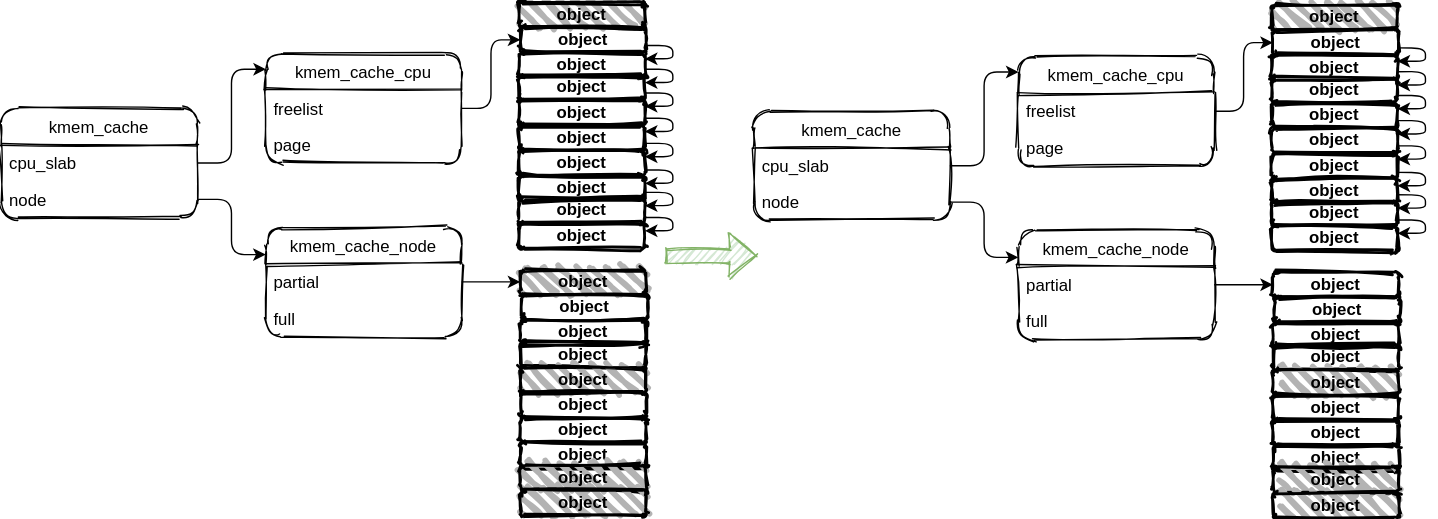
Before: linux-2.x/slub/pic/free_node_partial_no_idle.svg, a diagram exported from draw.io (vernon2gh/note). Source tidied: cells renumbered, new cells last; positions are measured from the earlier drawing's top-left corner, leaving out a move shared by most shapes.
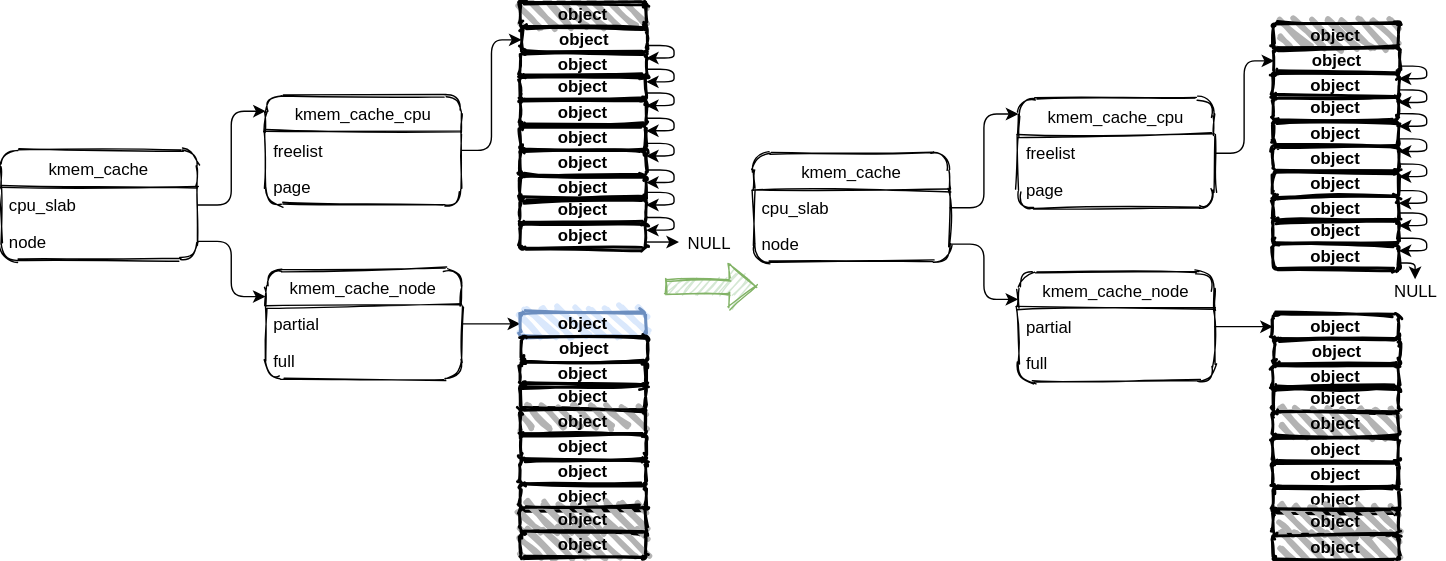
The same diagram one commit later.

Commit message:
Fixed: slub alloc object

Change to the diagram source:
```diff
@@ -41,30 +41,33 @@
     <mxCell id="14" value="&lt;b&gt;object&lt;/b&gt;" style="rounded=1;whiteSpace=wrap;html=1;strokeWidth=2;fillWeight=4;hachureGap=8;hachureAngle=45;sketch=1;glass=0;shadow=0;fillColor=#B3B3B3;" parent="1" vertex="1">
-      <mxGeometry x="370" width="90" height="18" as="geometry" />
+      <mxGeometry x="371" y="-30" width="90" height="18" as="geometry" />
     </mxCell>
     <mxCell id="15" value="&lt;b&gt;object&lt;/b&gt;" style="rounded=1;whiteSpace=wrap;html=1;strokeWidth=2;fillWeight=4;hachureGap=8;hachureAngle=45;sketch=1;glass=0;shadow=0;fillStyle=auto;fillColor=none;" parent="1" vertex="1">
-      <mxGeometry x="371" y="18" width="90" height="18" as="geometry" />
+      <mxGeometry x="372" y="-12" width="90" height="18" as="geometry" />
     </mxCell>
     <mxCell id="16" value="&lt;span&gt;&lt;b&gt;object&lt;/b&gt;&lt;/span&gt;" style="rounded=1;whiteSpace=wrap;html=1;strokeWidth=2;fillWeight=4;hachureGap=8;hachureAngle=45;sketch=1;glass=0;shadow=0;verticalAlign=middle;fillColor=none;" parent="1" vertex="1">
-      <mxGeometry x="370" y="36" width="90" height="18" as="geometry" />
+      <mxGeometry x="371" y="6" width="90" height="18" as="geometry" />
     </mxCell>
     <mxCell id="17" value="&lt;span&gt;&lt;b&gt;object&lt;/b&gt;&lt;/span&gt;" style="rounded=1;whiteSpace=wrap;html=1;strokeWidth=2;fillWeight=4;hachureGap=8;hachureAngle=45;sketch=1;glass=0;shadow=0;fillColor=none;" parent="1" vertex="1">
-      <mxGeometry x="370" y="52" width="90" height="18" as="geometry" />
+      <mxGeometry x="371" y="22" width="90" height="18" as="geometry" />
     </mxCell>
     <mxCell id="18" value="&lt;span&gt;&lt;b&gt;object&lt;/b&gt;&lt;/span&gt;" style="rounded=1;whiteSpace=wrap;html=1;strokeWidth=2;fillWeight=4;hachureGap=8;hachureAngle=45;sketch=1;glass=0;shadow=0;fillColor=none;" parent="1" vertex="1">
-      <mxGeometry x="370" y="70" width="90" height="18" as="geometry" />
+      <mxGeometry x="371" y="40" width="90" height="18" as="geometry" />
     </mxCell>
     <mxCell id="19" value="&lt;span&gt;&lt;b&gt;object&lt;/b&gt;&lt;/span&gt;" style="rounded=1;whiteSpace=wrap;html=1;strokeWidth=2;fillWeight=4;hachureGap=8;hachureAngle=45;sketch=1;glass=0;shadow=0;fillColor=none;" parent="1" vertex="1">
-      <mxGeometry x="370" y="88" width="90" height="18" as="geometry" />
+      <mxGeometry x="371" y="58" width="90" height="18" as="geometry" />
     </mxCell>
     <mxCell id="20" value="&lt;span&gt;&lt;b&gt;object&lt;/b&gt;&lt;/span&gt;" style="rounded=1;whiteSpace=wrap;html=1;strokeWidth=2;fillWeight=4;hachureGap=8;hachureAngle=45;sketch=1;glass=0;shadow=0;fillColor=none;" parent="1" vertex="1">
-      <mxGeometry x="370" y="106" width="90" height="18" as="geometry" />
+      <mxGeometry x="371" y="76" width="90" height="18" as="geometry" />
     </mxCell>
     <mxCell id="21" value="&lt;span&gt;&lt;b&gt;object&lt;/b&gt;&lt;/span&gt;" style="rounded=1;whiteSpace=wrap;html=1;strokeWidth=2;fillWeight=4;hachureGap=8;hachureAngle=45;sketch=1;glass=0;shadow=0;fillColor=none;" parent="1" vertex="1">
-      <mxGeometry x="370" y="124" width="90" height="18" as="geometry" />
+      <mxGeometry x="371" y="94" width="90" height="18" as="geometry" />
     </mxCell>
     <mxCell id="22" value="&lt;span&gt;&lt;b&gt;object&lt;/b&gt;&lt;/span&gt;" style="rounded=1;whiteSpace=wrap;html=1;strokeWidth=2;fillWeight=4;hachureGap=8;hachureAngle=45;sketch=1;glass=0;shadow=0;fillColor=none;" parent="1" vertex="1">
-      <mxGeometry x="370" y="140" width="90" height="18" as="geometry" />
+      <mxGeometry x="371" y="110" width="90" height="18" as="geometry" />
     </mxCell>
+    <mxCell id="85" style="edgeStyle=orthogonalEdgeStyle;rounded=1;jettySize=auto;html=1;exitX=1;exitY=0.75;exitDx=0;exitDy=0;entryX=-0.013;entryY=0.488;entryDx=0;entryDy=0;entryPerimeter=0;" parent="1" edge="1" source="23" target="87">
+      <mxGeometry relative="1" as="geometry" />
+    </mxCell>
     <mxCell id="23" value="&lt;span&gt;&lt;b&gt;object&lt;/b&gt;&lt;/span&gt;" style="rounded=1;whiteSpace=wrap;html=1;strokeWidth=2;fillWeight=4;hachureGap=8;hachureAngle=45;sketch=1;glass=0;shadow=0;fillColor=none;" parent="1" vertex="1">
-      <mxGeometry x="370" y="158" width="90" height="18" as="geometry" />
+      <mxGeometry x="371" y="128" width="90" height="18" as="geometry" />
     </mxCell>
@@ -73,3 +76,3 @@
     </mxCell>
-    <mxCell id="25" value="&lt;b&gt;object&lt;/b&gt;" style="rounded=1;whiteSpace=wrap;html=1;strokeWidth=2;fillWeight=4;hachureGap=8;hachureAngle=45;sketch=1;glass=0;shadow=0;fillColor=#B3B3B3;" parent="1" vertex="1">
+    <mxCell id="25" value="&lt;b&gt;object&lt;/b&gt;" style="rounded=1;whiteSpace=wrap;html=1;strokeWidth=2;fillWeight=4;hachureGap=8;hachureAngle=45;sketch=1;glass=0;shadow=0;fillColor=#dae8fc;strokeColor=#6c8ebf;" parent="1" vertex="1">
       <mxGeometry x="371" y="191" width="90" height="18" as="geometry" />
@@ -140,30 +143,33 @@
     <mxCell id="47" value="&lt;b&gt;object&lt;/b&gt;" style="rounded=1;whiteSpace=wrap;html=1;strokeWidth=2;fillWeight=4;hachureGap=8;hachureAngle=45;sketch=1;glass=0;shadow=0;fillColor=#B3B3B3;" parent="1" vertex="1">
-      <mxGeometry x="908" y="2" width="90" height="18" as="geometry" />
+      <mxGeometry x="909" y="-15" width="90" height="18" as="geometry" />
     </mxCell>
     <mxCell id="48" value="&lt;b&gt;object&lt;/b&gt;" style="rounded=1;whiteSpace=wrap;html=1;strokeWidth=2;fillWeight=4;hachureGap=8;hachureAngle=45;sketch=1;glass=0;shadow=0;fillStyle=auto;fillColor=none;" parent="1" vertex="1">
-      <mxGeometry x="909" y="20" width="90" height="18" as="geometry" />
+      <mxGeometry x="910" y="3" width="90" height="18" as="geometry" />
     </mxCell>
     <mxCell id="49" value="&lt;span&gt;&lt;b&gt;object&lt;/b&gt;&lt;/span&gt;" style="rounded=1;whiteSpace=wrap;html=1;strokeWidth=2;fillWeight=4;hachureGap=8;hachureAngle=45;sketch=1;glass=0;shadow=0;verticalAlign=middle;fillColor=none;" parent="1" vertex="1">
-      <mxGeometry x="908" y="38" width="90" height="18" as="geometry" />
+      <mxGeometry x="909" y="21" width="90" height="18" as="geometry" />
     </mxCell>
     <mxCell id="50" value="&lt;span&gt;&lt;b&gt;object&lt;/b&gt;&lt;/span&gt;" style="rounded=1;whiteSpace=wrap;html=1;strokeWidth=2;fillWeight=4;hachureGap=8;hachureAngle=45;sketch=1;glass=0;shadow=0;fillColor=none;" parent="1" vertex="1">
-      <mxGeometry x="908" y="54" width="90" height="18" as="geometry" />
+      <mxGeometry x="909" y="37" width="90" height="18" as="geometry" />
     </mxCell>
     <mxCell id="51" value="&lt;span&gt;&lt;b&gt;object&lt;/b&gt;&lt;/span&gt;" style="rounded=1;whiteSpace=wrap;html=1;strokeWidth=2;fillWeight=4;hachureGap=8;hachureAngle=45;sketch=1;glass=0;shadow=0;fillColor=none;" parent="1" vertex="1">
-      <mxGeometry x="908" y="72" width="90" height="18" as="geometry" />
+      <mxGeometry x="909" y="55" width="90" height="18" as="geometry" />
     </mxCell>
     <mxCell id="52" value="&lt;span&gt;&lt;b&gt;object&lt;/b&gt;&lt;/span&gt;" style="rounded=1;whiteSpace=wrap;html=1;strokeWidth=2;fillWeight=4;hachureGap=8;hachureAngle=45;sketch=1;glass=0;shadow=0;fillColor=none;" parent="1" vertex="1">
-      <mxGeometry x="908" y="90" width="90" height="18" as="geometry" />
+      <mxGeometry x="909" y="73" width="90" height="18" as="geometry" />
     </mxCell>
     <mxCell id="53" value="&lt;span&gt;&lt;b&gt;object&lt;/b&gt;&lt;/span&gt;" style="rounded=1;whiteSpace=wrap;html=1;strokeWidth=2;fillWeight=4;hachureGap=8;hachureAngle=45;sketch=1;glass=0;shadow=0;fillColor=none;" parent="1" vertex="1">
-      <mxGeometry x="908" y="108" width="90" height="18" as="geometry" />
+      <mxGeometry x="909" y="91" width="90" height="18" as="geometry" />
     </mxCell>
     <mxCell id="54" value="&lt;span&gt;&lt;b&gt;object&lt;/b&gt;&lt;/span&gt;" style="rounded=1;whiteSpace=wrap;html=1;strokeWidth=2;fillWeight=4;hachureGap=8;hachureAngle=45;sketch=1;glass=0;shadow=0;fillColor=none;" parent="1" vertex="1">
-      <mxGeometry x="908" y="126" width="90" height="18" as="geometry" />
+      <mxGeometry x="909" y="109" width="90" height="18" as="geometry" />
     </mxCell>
     <mxCell id="55" value="&lt;span&gt;&lt;b&gt;object&lt;/b&gt;&lt;/span&gt;" style="rounded=1;whiteSpace=wrap;html=1;strokeWidth=2;fillWeight=4;hachureGap=8;hachureAngle=45;sketch=1;glass=0;shadow=0;fillColor=none;" parent="1" vertex="1">
-      <mxGeometry x="908" y="142" width="90" height="18" as="geometry" />
+      <mxGeometry x="909" y="125" width="90" height="18" as="geometry" />
     </mxCell>
+    <mxCell id="86" style="edgeStyle=orthogonalEdgeStyle;rounded=1;jettySize=auto;html=1;exitX=1;exitY=0.75;exitDx=0;exitDy=0;entryX=0.493;entryY=0.054;entryDx=0;entryDy=0;entryPerimeter=0;" parent="1" edge="1" source="56" target="88">
+      <mxGeometry relative="1" as="geometry" />
+    </mxCell>
     <mxCell id="56" value="&lt;span&gt;&lt;b&gt;object&lt;/b&gt;&lt;/span&gt;" style="rounded=1;whiteSpace=wrap;html=1;strokeWidth=2;fillWeight=4;hachureGap=8;hachureAngle=45;sketch=1;glass=0;shadow=0;fillColor=none;" parent="1" vertex="1">
-      <mxGeometry x="908" y="160" width="90" height="18" as="geometry" />
+      <mxGeometry x="909" y="143" width="90" height="18" as="geometry" />
     </mxCell>
@@ -204,4 +210,4 @@
       <mxGeometry relative="1" as="geometry">
-        <mxPoint x="475" y="181" as="sourcePoint" />
-        <mxPoint x="540" y="181" as="targetPoint" />
+        <mxPoint x="475" y="173" as="sourcePoint" />
+        <mxPoint x="540" y="173" as="targetPoint" />
       </mxGeometry>
@@ -210,8 +216,8 @@
       <mxGeometry relative="1" as="geometry">
-        <mxPoint x="460" y="31" as="sourcePoint" />
-        <mxPoint x="460" y="40" as="targetPoint" />
+        <mxPoint x="461" y="1" as="sourcePoint" />
+        <mxPoint x="461" y="10" as="targetPoint" />
         <Array as="points">
-          <mxPoint x="480" y="31.5" />
-          <mxPoint x="480" y="40.5" />
-          <mxPoint x="460" y="40.5" />
+          <mxPoint x="481" y="1.5" />
+          <mxPoint x="481" y="10.5" />
+          <mxPoint x="461" y="10.5" />
         </Array>
@@ -221,8 +227,8 @@
       <mxGeometry relative="1" as="geometry">
-        <mxPoint x="460" y="48" as="sourcePoint" />
-        <mxPoint x="460" y="57" as="targetPoint" />
+        <mxPoint x="461" y="18" as="sourcePoint" />
+        <mxPoint x="461" y="27" as="targetPoint" />
         <Array as="points">
-          <mxPoint x="480" y="48.5" />
-          <mxPoint x="480" y="57.5" />
-          <mxPoint x="460" y="57.5" />
+          <mxPoint x="481" y="18.5" />
+          <mxPoint x="481" y="27.5" />
+          <mxPoint x="461" y="27.5" />
         </Array>
@@ -232,8 +238,8 @@
       <mxGeometry relative="1" as="geometry">
-        <mxPoint x="460" y="65" as="sourcePoint" />
-        <mxPoint x="460" y="74" as="targetPoint" />
+        <mxPoint x="461" y="35" as="sourcePoint" />
+        <mxPoint x="461" y="44" as="targetPoint" />
         <Array as="points">
-          <mxPoint x="480" y="65.5" />
-          <mxPoint x="480" y="74.5" />
-          <mxPoint x="460" y="74.5" />
+          <mxPoint x="481" y="35.5" />
+          <mxPoint x="481" y="44.5" />
+          <mxPoint x="461" y="44.5" />
         </Array>
@@ -243,8 +249,8 @@
       <mxGeometry relative="1" as="geometry">
-        <mxPoint x="460" y="83" as="sourcePoint" />
-        <mxPoint x="460" y="92" as="targetPoint" />
+        <mxPoint x="461" y="53" as="sourcePoint" />
+        <mxPoint x="461" y="62" as="targetPoint" />
         <Array as="points">
-          <mxPoint x="480" y="83.5" />
-          <mxPoint x="480" y="92.5" />
-          <mxPoint x="460" y="92.5" />
+          <mxPoint x="481" y="53.5" />
+          <mxPoint x="481" y="62.5" />
+          <mxPoint x="461" y="62.5" />
         </Array>
@@ -254,8 +260,8 @@
       <mxGeometry relative="1" as="geometry">
-        <mxPoint x="460" y="101" as="sourcePoint" />
-        <mxPoint x="460" y="110" as="targetPoint" />
+        <mxPoint x="461" y="71" as="sourcePoint" />
+        <mxPoint x="461" y="80" as="targetPoint" />
         <Array as="points">
-          <mxPoint x="480" y="101.5" />
-          <mxPoint x="480" y="110.5" />
-          <mxPoint x="460" y="110.5" />
+          <mxPoint x="481" y="71.5" />
+          <mxPoint x="481" y="80.5" />
+          <mxPoint x="461" y="80.5" />
         </Array>
@@ -265,8 +271,8 @@
       <mxGeometry relative="1" as="geometry">
-        <mxPoint x="460" y="120" as="sourcePoint" />
-        <mxPoint x="460" y="129" as="targetPoint" />
+        <mxPoint x="461" y="90" as="sourcePoint" />
+        <mxPoint x="461" y="99" as="targetPoint" />
         <Array as="points">
-          <mxPoint x="480" y="120.5" />
-          <mxPoint x="480" y="129.5" />
-          <mxPoint x="460" y="129.5" />
+          <mxPoint x="481" y="90.5" />
+          <mxPoint x="481" y="99.5" />
+          <mxPoint x="461" y="99.5" />
         </Array>
@@ -276,8 +282,8 @@
       <mxGeometry relative="1" as="geometry">
-        <mxPoint x="460" y="136" as="sourcePoint" />
-        <mxPoint x="460" y="145" as="targetPoint" />
+        <mxPoint x="461" y="106" as="sourcePoint" />
+        <mxPoint x="461" y="115" as="targetPoint" />
         <Array as="points">
-          <mxPoint x="480" y="136.5" />
-          <mxPoint x="480" y="145.5" />
-          <mxPoint x="460" y="145.5" />
+          <mxPoint x="481" y="106.5" />
+          <mxPoint x="481" y="115.5" />
+          <mxPoint x="461" y="115.5" />
         </Array>
@@ -287,8 +293,8 @@
       <mxGeometry relative="1" as="geometry">
-        <mxPoint x="460" y="154" as="sourcePoint" />
-        <mxPoint x="460" y="163" as="targetPoint" />
+        <mxPoint x="461" y="124" as="sourcePoint" />
+        <mxPoint x="461" y="133" as="targetPoint" />
         <Array as="points">
-          <mxPoint x="480" y="154.5" />
-          <mxPoint x="480" y="163.5" />
-          <mxPoint x="460" y="163.5" />
+          <mxPoint x="481" y="124.5" />
+          <mxPoint x="481" y="133.5" />
+          <mxPoint x="461" y="133.5" />
         </Array>
@@ -298,8 +304,8 @@
       <mxGeometry relative="1" as="geometry">
-        <mxPoint x="998" y="32.8" as="sourcePoint" />
-        <mxPoint x="998" y="41.8" as="targetPoint" />
+        <mxPoint x="999" y="15.8" as="sourcePoint" />
+        <mxPoint x="999" y="24.8" as="targetPoint" />
         <Array as="points">
-          <mxPoint x="1018" y="33.2" />
-          <mxPoint x="1018" y="42.2" />
-          <mxPoint x="998" y="42.2" />
+          <mxPoint x="1019" y="16.2" />
+          <mxPoint x="1019" y="25.2" />
+          <mxPoint x="999" y="25.2" />
         </Array>
@@ -309,8 +315,8 @@
       <mxGeometry relative="1" as="geometry">
-        <mxPoint x="998" y="49.8" as="sourcePoint" />
-        <mxPoint x="998" y="58.8" as="targetPoint" />
+        <mxPoint x="999" y="32.8" as="sourcePoint" />
+        <mxPoint x="999" y="41.8" as="targetPoint" />
         <Array as="points">
-          <mxPoint x="1018" y="50.2" />
-          <mxPoint x="1018" y="59.2" />
-          <mxPoint x="998" y="59.2" />
+          <mxPoint x="1019" y="33.2" />
+          <mxPoint x="1019" y="42.2" />
+          <mxPoint x="999" y="42.2" />
         </Array>
@@ -320,8 +326,8 @@
       <mxGeometry relative="1" as="geometry">
-        <mxPoint x="998" y="66.8" as="sourcePoint" />
-        <mxPoint x="998" y="75.8" as="targetPoint" />
+        <mxPoint x="999" y="49.8" as="sourcePoint" />
+        <mxPoint x="999" y="58.8" as="targetPoint" />
         <Array as="points">
-          <mxPoint x="1018" y="67.2" />
-          <mxPoint x="1018" y="76.2" />
-          <mxPoint x="998" y="76.2" />
+          <mxPoint x="1019" y="50.2" />
+          <mxPoint x="1019" y="59.2" />
+          <mxPoint x="999" y="59.2" />
         </Array>
@@ -331,8 +337,8 @@
       <mxGeometry relative="1" as="geometry">
-        <mxPoint x="998" y="84.8" as="sourcePoint" />
-        <mxPoint x="998" y="93.8" as="targetPoint" />
+        <mxPoint x="999" y="67.8" as="sourcePoint" />
+        <mxPoint x="999" y="76.8" as="targetPoint" />
         <Array as="points">
-          <mxPoint x="1018" y="85.2" />
-          <mxPoint x="1018" y="94.2" />
-          <mxPoint x="998" y="94.2" />
+          <mxPoint x="1019" y="68.2" />
+          <mxPoint x="1019" y="77.2" />
+          <mxPoint x="999" y="77.2" />
         </Array>
@@ -342,8 +348,8 @@
       <mxGeometry relative="1" as="geometry">
-        <mxPoint x="998" y="102.7" as="sourcePoint" />
-        <mxPoint x="998" y="111.8" as="targetPoint" />
+        <mxPoint x="999" y="85.7" as="sourcePoint" />
+        <mxPoint x="999" y="94.8" as="targetPoint" />
         <Array as="points">
-          <mxPoint x="1018" y="103.2" />
-          <mxPoint x="1018" y="112.2" />
-          <mxPoint x="998" y="112.2" />
+          <mxPoint x="1019" y="86.2" />
+          <mxPoint x="1019" y="95.2" />
+          <mxPoint x="999" y="95.2" />
         </Array>
@@ -353,8 +359,8 @@
       <mxGeometry relative="1" as="geometry">
-        <mxPoint x="998" y="121.7" as="sourcePoint" />
-        <mxPoint x="998" y="130.8" as="targetPoint" />
+        <mxPoint x="999" y="104.7" as="sourcePoint" />
+        <mxPoint x="999" y="113.8" as="targetPoint" />
         <Array as="points">
-          <mxPoint x="1018" y="122.2" />
-          <mxPoint x="1018" y="131.2" />
-          <mxPoint x="998" y="131.2" />
+          <mxPoint x="1019" y="105.2" />
+          <mxPoint x="1019" y="114.2" />
+          <mxPoint x="999" y="114.2" />
         </Array>
@@ -364,8 +370,8 @@
       <mxGeometry relative="1" as="geometry">
-        <mxPoint x="998" y="137.7" as="sourcePoint" />
-        <mxPoint x="998" y="146.8" as="targetPoint" />
+        <mxPoint x="999" y="120.7" as="sourcePoint" />
+        <mxPoint x="999" y="129.8" as="targetPoint" />
         <Array as="points">
-          <mxPoint x="1018" y="138.2" />
-          <mxPoint x="1018" y="147.2" />
-          <mxPoint x="998" y="147.2" />
+          <mxPoint x="1019" y="121.2" />
+          <mxPoint x="1019" y="130.2" />
+          <mxPoint x="999" y="130.2" />
         </Array>
@@ -375,8 +381,8 @@
       <mxGeometry relative="1" as="geometry">
-        <mxPoint x="998" y="155.7" as="sourcePoint" />
-        <mxPoint x="998" y="164.8" as="targetPoint" />
+        <mxPoint x="999" y="138.7" as="sourcePoint" />
+        <mxPoint x="999" y="147.8" as="targetPoint" />
         <Array as="points">
-          <mxPoint x="1018" y="156.2" />
-          <mxPoint x="1018" y="165.2" />
-          <mxPoint x="998" y="165.2" />
+          <mxPoint x="1019" y="139.2" />
+          <mxPoint x="1019" y="148.2" />
+          <mxPoint x="999" y="148.2" />
         </Array>
@@ -384,2 +390,8 @@
     </mxCell>
+    <mxCell id="87" value="NULL" style="text;html=1;align=center;verticalAlign=middle;points=[];" parent="1" vertex="1">
+      <mxGeometry x="485" y="133" width="42" height="19" as="geometry" />
+    </mxCell>
+    <mxCell id="88" value="NULL" style="text;html=1;align=center;verticalAlign=middle;points=[];" parent="1" vertex="1">
+      <mxGeometry x="990" y="167" width="42" height="19" as="geometry" />
+    </mxCell>
   </root>
```
